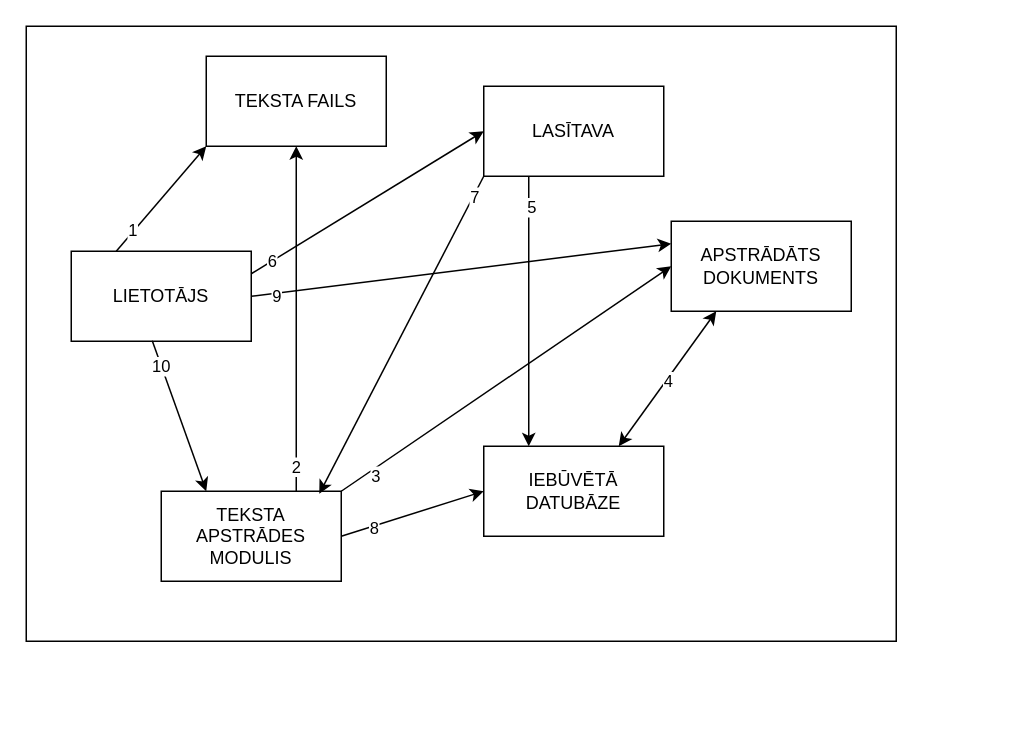
Earlier version of the draw.io diagram assets/readme-saites.drawio (robertpakalns/letonikabc). Source tidied: cells renumbered, new cells numbered last; positions are measured from the earlier drawing's top-left corner, leaving out a move shared by most shapes. Both pictures are drawn from the tidied source at 150%, with x=0, y=0 at pixel (26, 26).
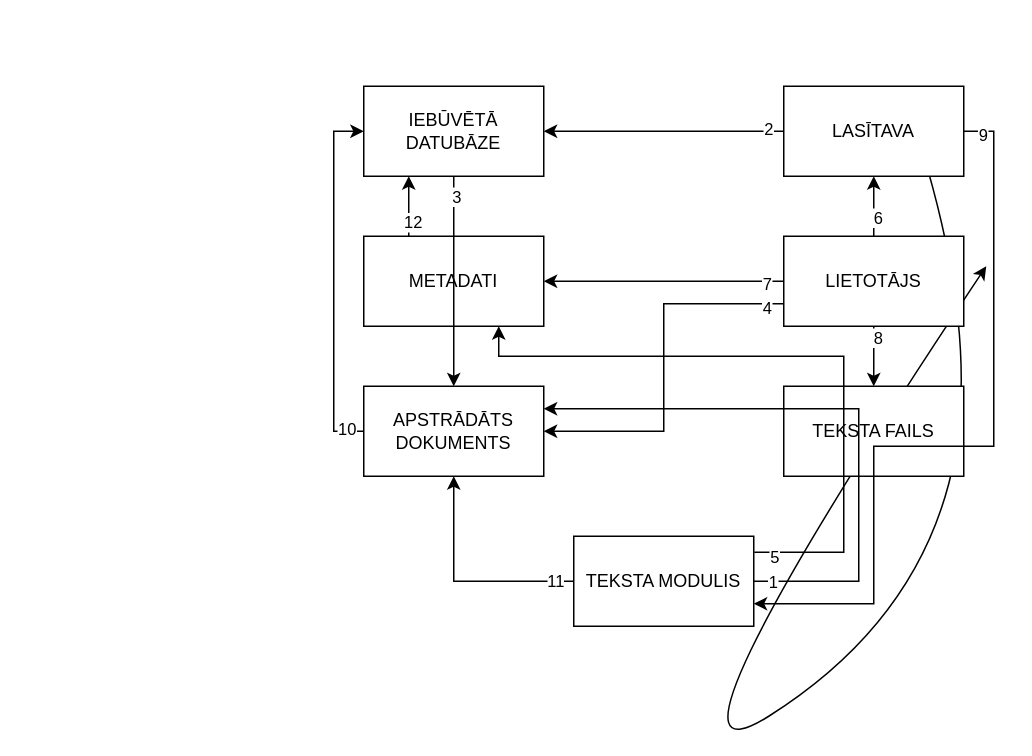
Above is the later version.

The edit, as a diff of the source:
```diff
@@
-    <mxCell id="2" style="rounded=0;whiteSpace=wrap;html=1;" parent="1" vertex="1">
-      <mxGeometry width="580" height="410" as="geometry" />
-    </mxCell>
-    <mxCell id="3" value="TEKSTA FAILS" style="rounded=0;whiteSpace=wrap;html=1;" parent="1" vertex="1">
-      <mxGeometry x="120" y="20" width="120" height="60" as="geometry" />
-    </mxCell>
-    <mxCell id="4" value="APSTRĀDĀTS DOKUMENTS" style="rounded=0;whiteSpace=wrap;html=1;" parent="1" vertex="1">
-      <mxGeometry x="430" y="130" width="120" height="60" as="geometry" />
-    </mxCell>
+    <mxCell id="29" style="curved=1;endArrow=classic;html=1;rounded=0;exitX=1;exitY=0.5;exitDx=0;exitDy=0;entryX=0.25;entryY=1;entryDx=0;entryDy=0;" parent="1" edge="1">
+      <mxGeometry relative="1" as="geometry">
+        <mxPoint x="590" y="60" as="sourcePoint" />
+        <mxPoint x="640" y="160" as="targetPoint" />
+        <Array as="points">
+          <mxPoint x="640" y="210" />
+          <mxPoint x="590" y="400" />
+          <mxPoint x="400" y="520" />
+        </Array>
+      </mxGeometry>
+    </mxCell>
     <mxCell id="5" value="IEBŪVĒTĀ DATUBĀZE" style="rounded=0;whiteSpace=wrap;html=1;" parent="1" vertex="1">
-      <mxGeometry x="305" y="280" width="120" height="60" as="geometry" />
+      <mxGeometry x="225" y="40" width="120" height="60" as="geometry" />
     </mxCell>
-    <mxCell id="6" value="TEKSTA APSTRĀDES MODULIS" style="rounded=0;whiteSpace=wrap;html=1;" parent="1" vertex="1">
-      <mxGeometry x="90" y="310" width="120" height="60" as="geometry" />
-    </mxCell>
-    <mxCell id="7" value="LIETOTĀJS" style="rounded=0;whiteSpace=wrap;html=1;" parent="1" vertex="1">
-      <mxGeometry x="30" y="150" width="120" height="60" as="geometry" />
-    </mxCell>
-    <mxCell id="8" style="endArrow=classic;html=1;rounded=0;exitX=0.25;exitY=0;exitDx=0;exitDy=0;entryX=0;entryY=1;entryDx=0;entryDy=0;" parent="1" edge="1" source="7" target="3">
-      <mxGeometry relative="1" as="geometry" />
-    </mxCell>
-    <mxCell id="9" value="1" style="edgeLabel;html=1;align=center;verticalAlign=middle;" parent="8" vertex="1">
-      <mxGeometry x="-0.61" y="1" relative="1" as="geometry" />
-    </mxCell>
-    <mxCell id="10" style="endArrow=classic;html=1;rounded=0;entryX=0.5;entryY=1;entryDx=0;entryDy=0;exitX=0.75;exitY=0;exitDx=0;exitDy=0;" parent="1" edge="1" source="6" target="3">
-      <mxGeometry relative="1" as="geometry" />
-    </mxCell>
-    <mxCell id="11" value="2" style="edgeLabel;html=1;align=center;verticalAlign=middle;" parent="10" vertex="1">
-      <mxGeometry x="-0.85" y="1" relative="1" as="geometry" />
-    </mxCell>
-    <mxCell id="12" style="endArrow=classic;html=1;rounded=0;exitX=1;exitY=0;exitDx=0;exitDy=0;entryX=0;entryY=0.5;entryDx=0;entryDy=0;" parent="1" edge="1" source="6" target="4">
-      <mxGeometry relative="1" as="geometry" />
-    </mxCell>
-    <mxCell id="13" value="3" style="edgeLabel;html=1;align=center;verticalAlign=middle;" parent="12" vertex="1">
-      <mxGeometry x="-0.82" y="-4" relative="1" as="geometry" />
-    </mxCell>
-    <mxCell id="14" style="endArrow=classic;startArrow=classic;html=1;rounded=0;entryX=0.25;entryY=1;entryDx=0;entryDy=0;exitX=0.75;exitY=0;exitDx=0;exitDy=0;" parent="1" edge="1" source="5" target="4">
-      <mxGeometry relative="1" as="geometry" />
-    </mxCell>
+    <mxCell id="30" style="edgeStyle=orthogonalEdgeStyle;rounded=0;jettySize=auto;html=1;exitX=0.25;exitY=0;exitDx=0;exitDy=0;entryX=0.25;entryY=1;entryDx=0;entryDy=0;" parent="1" edge="1" source="32" target="5">
+      <mxGeometry relative="1" as="geometry" />
+    </mxCell>
+    <mxCell id="31" value="12" style="edgeLabel;html=1;align=center;verticalAlign=middle;" parent="30" vertex="1">
+      <mxGeometry x="-0.5" y="-2" relative="1" as="geometry" />
+    </mxCell>
+    <mxCell id="32" value="METADATI" style="rounded=0;whiteSpace=wrap;html=1;" parent="1" vertex="1">
+      <mxGeometry x="225" y="140" width="120" height="60" as="geometry" />
+    </mxCell>
+    <mxCell id="33" style="edgeStyle=orthogonalEdgeStyle;rounded=0;jettySize=auto;html=1;exitX=0;exitY=0.5;exitDx=0;exitDy=0;entryX=1;entryY=0.5;entryDx=0;entryDy=0;" parent="1" edge="1" source="7" target="32">
+      <mxGeometry relative="1" as="geometry" />
+    </mxCell>
+    <mxCell id="22" value="7" style="edgeLabel;html=1;align=center;verticalAlign=middle;" parent="33" vertex="1">
+      <mxGeometry x="-0.85" y="1" relative="1" as="geometry" />
+    </mxCell>
+    <mxCell id="25" style="edgeStyle=orthogonalEdgeStyle;rounded=0;jettySize=auto;html=1;exitX=0;exitY=0.75;exitDx=0;exitDy=0;entryX=1;entryY=0.5;entryDx=0;entryDy=0;" parent="1" edge="1" source="7" target="4">
+      <mxGeometry relative="1" as="geometry">
+        <Array as="points">
+          <mxPoint x="425" y="185" />
+          <mxPoint x="425" y="270" />
+        </Array>
+      </mxGeometry>
+    </mxCell>
-    <mxCell id="15" value="4" style="edgeLabel;html=1;align=center;verticalAlign=middle;" parent="14" vertex="1">
-      <mxGeometry x="-0.02" y="-1" relative="1" as="geometry" />
+    <mxCell id="15" value="4" style="edgeLabel;html=1;align=center;verticalAlign=middle;" parent="25" vertex="1">
+      <mxGeometry x="-0.9" y="2" relative="1" as="geometry" />
     </mxCell>
-    <mxCell id="16" value="LASĪTAVA" style="rounded=0;whiteSpace=wrap;html=1;" parent="1" vertex="1">
-      <mxGeometry x="305" y="40" width="120" height="60" as="geometry" />
-    </mxCell>
-    <mxCell id="17" style="endArrow=classic;html=1;rounded=0;entryX=0;entryY=0.5;entryDx=0;entryDy=0;exitX=1;exitY=0.25;exitDx=0;exitDy=0;" parent="1" edge="1" source="7" target="16">
+    <mxCell id="17" style="edgeStyle=orthogonalEdgeStyle;rounded=0;jettySize=auto;html=1;exitX=0.5;exitY=0;exitDx=0;exitDy=0;entryX=0.5;entryY=1;entryDx=0;entryDy=0;" parent="1" edge="1" source="7" target="16">
       <mxGeometry relative="1" as="geometry" />
     </mxCell>
     <mxCell id="18" value="6" style="edgeLabel;html=1;align=center;verticalAlign=middle;" parent="17" vertex="1">
-      <mxGeometry x="-0.82" relative="1" as="geometry" />
+      <mxGeometry x="-0.37" y="-2" relative="1" as="geometry" />
     </mxCell>
+    <mxCell id="8" style="edgeStyle=orthogonalEdgeStyle;rounded=0;jettySize=auto;html=1;exitX=0.5;exitY=1;exitDx=0;exitDy=0;entryX=0.5;entryY=0;entryDx=0;entryDy=0;" parent="1" edge="1" source="7" target="3">
+      <mxGeometry relative="1" as="geometry" />
+    </mxCell>
+    <mxCell id="24" value="8" style="edgeLabel;html=1;align=center;verticalAlign=middle;" parent="8" vertex="1">
+      <mxGeometry x="-0.67" y="2" relative="1" as="geometry" />
+    </mxCell>
+    <mxCell id="7" value="LIETOTĀJS" style="rounded=0;whiteSpace=wrap;html=1;" parent="1" vertex="1">
+      <mxGeometry x="505" y="140" width="120" height="60" as="geometry" />
+    </mxCell>
-    <mxCell id="19" style="endArrow=classic;html=1;rounded=0;exitX=0.25;exitY=1;exitDx=0;exitDy=0;entryX=0.25;entryY=0;entryDx=0;entryDy=0;" parent="1" edge="1" source="16" target="5">
+    <mxCell id="19" style="edgeStyle=orthogonalEdgeStyle;rounded=0;jettySize=auto;html=1;exitX=0;exitY=0.5;exitDx=0;exitDy=0;entryX=1;entryY=0.5;entryDx=0;entryDy=0;" parent="1" edge="1" source="16" target="5">
       <mxGeometry relative="1" as="geometry" />
     </mxCell>
+    <mxCell id="11" value="2" style="edgeLabel;html=1;align=center;verticalAlign=middle;" parent="19" vertex="1">
+      <mxGeometry x="-0.86" y="-2" relative="1" as="geometry" />
+    </mxCell>
+    <mxCell id="16" value="LASĪTAVA" style="rounded=0;whiteSpace=wrap;html=1;" parent="1" vertex="1">
+      <mxGeometry x="505" y="40" width="120" height="60" as="geometry" />
+    </mxCell>
+    <mxCell id="3" value="TEKSTA FAILS" style="rounded=0;whiteSpace=wrap;html=1;" parent="1" vertex="1">
+      <mxGeometry x="505" y="240" width="120" height="60" as="geometry" />
+    </mxCell>
+    <mxCell id="34" style="edgeStyle=orthogonalEdgeStyle;rounded=0;jettySize=auto;html=1;exitX=0;exitY=0.5;exitDx=0;exitDy=0;entryX=0;entryY=0.5;entryDx=0;entryDy=0;" parent="1" edge="1" source="4" target="5">
+      <mxGeometry relative="1" as="geometry" />
+    </mxCell>
+    <mxCell id="28" value="10" style="edgeLabel;html=1;align=center;verticalAlign=middle;" parent="34" vertex="1">
+      <mxGeometry x="-0.9" y="-2" relative="1" as="geometry" />
+    </mxCell>
+    <mxCell id="4" value="APSTRĀDĀTS DOKUMENTS" style="rounded=0;whiteSpace=wrap;html=1;" parent="1" vertex="1">
+      <mxGeometry x="225" y="240" width="120" height="60" as="geometry" />
+    </mxCell>
+    <mxCell id="35" style="edgeStyle=orthogonalEdgeStyle;rounded=0;jettySize=auto;html=1;exitX=1;exitY=0.5;exitDx=0;exitDy=0;entryX=1;entryY=0.25;entryDx=0;entryDy=0;" parent="1" edge="1" source="39" target="4">
+      <mxGeometry relative="1" as="geometry">
+        <Array as="points">
+          <mxPoint x="555" y="370" />
+          <mxPoint x="555" y="255" />
+        </Array>
+      </mxGeometry>
+    </mxCell>
+    <mxCell id="9" value="1" style="edgeLabel;html=1;align=center;verticalAlign=middle;" parent="35" vertex="1">
+      <mxGeometry x="-0.94" relative="1" as="geometry" />
+    </mxCell>
+    <mxCell id="36" style="edgeStyle=orthogonalEdgeStyle;rounded=0;jettySize=auto;html=1;exitX=1.003;exitY=0.178;exitDx=0;exitDy=0;entryX=0.75;entryY=1;entryDx=0;entryDy=0;exitPerimeter=0;" parent="1" edge="1" source="39" target="32">
+      <mxGeometry relative="1" as="geometry">
+        <Array as="points">
+          <mxPoint x="545" y="351" />
+          <mxPoint x="545" y="220" />
+          <mxPoint x="315" y="220" />
+        </Array>
+      </mxGeometry>
+    </mxCell>
-    <mxCell id="20" value="5" style="edgeLabel;html=1;align=center;verticalAlign=middle;" parent="19" vertex="1">
-      <mxGeometry x="-0.78" y="1" relative="1" as="geometry" />
+    <mxCell id="20" value="5" style="edgeLabel;html=1;align=center;verticalAlign=middle;" parent="36" vertex="1">
+      <mxGeometry x="-0.94" y="-3" relative="1" as="geometry" />
     </mxCell>
-    <mxCell id="21" style="endArrow=classic;html=1;rounded=0;exitX=0;exitY=1;exitDx=0;exitDy=0;entryX=0.878;entryY=0.028;entryDx=0;entryDy=0;entryPerimeter=0;" parent="1" edge="1" source="16" target="6">
-      <mxGeometry relative="1" as="geometry" />
-    </mxCell>
-    <mxCell id="22" value="7" style="edgeLabel;html=1;align=center;verticalAlign=middle;" parent="21" vertex="1">
-      <mxGeometry x="-0.87" relative="1" as="geometry" />
-    </mxCell>
-    <mxCell id="23" style="endArrow=classic;html=1;rounded=0;exitX=1;exitY=0.5;exitDx=0;exitDy=0;entryX=0;entryY=0.5;entryDx=0;entryDy=0;" parent="1" edge="1" source="6" target="5">
-      <mxGeometry relative="1" as="geometry" />
-    </mxCell>
-    <mxCell id="24" value="8" style="edgeLabel;html=1;align=center;verticalAlign=middle;" parent="23" vertex="1">
-      <mxGeometry x="-0.56" y="-1" relative="1" as="geometry" />
-    </mxCell>
-    <mxCell id="25" style="endArrow=classic;html=1;rounded=0;exitX=1;exitY=0.5;exitDx=0;exitDy=0;entryX=0;entryY=0.25;entryDx=0;entryDy=0;" parent="1" edge="1" source="7" target="4">
-      <mxGeometry relative="1" as="geometry" />
-    </mxCell>
+    <mxCell id="37" style="edgeStyle=orthogonalEdgeStyle;rounded=0;jettySize=auto;html=1;exitX=0;exitY=0.5;exitDx=0;exitDy=0;entryX=0.5;entryY=1;entryDx=0;entryDy=0;" parent="1" edge="1" source="39" target="4">
+      <mxGeometry relative="1" as="geometry" />
+    </mxCell>
+    <mxCell id="38" value="11" style="edgeLabel;html=1;align=center;verticalAlign=middle;" parent="37" vertex="1">
+      <mxGeometry x="-0.83" y="-1" relative="1" as="geometry" />
+    </mxCell>
+    <mxCell id="39" value="TEKSTA MODULIS" style="rounded=0;whiteSpace=wrap;html=1;" parent="1" vertex="1">
+      <mxGeometry x="365" y="340" width="120" height="60" as="geometry" />
+    </mxCell>
+    <mxCell id="14" style="edgeStyle=orthogonalEdgeStyle;rounded=0;jettySize=auto;html=1;exitX=0.5;exitY=1;exitDx=0;exitDy=0;entryX=0.5;entryY=0;entryDx=0;entryDy=0;" parent="1" edge="1" source="5" target="4">
+      <mxGeometry relative="1" as="geometry" />
+    </mxCell>
+    <mxCell id="13" value="3" style="edgeLabel;html=1;align=center;verticalAlign=middle;" parent="14" vertex="1">
+      <mxGeometry x="-0.81" y="1" relative="1" as="geometry" />
+    </mxCell>
+    <mxCell id="40" style="edgeStyle=orthogonalEdgeStyle;rounded=0;jettySize=auto;html=1;exitX=1;exitY=0.5;exitDx=0;exitDy=0;entryX=1;entryY=0.75;entryDx=0;entryDy=0;" parent="1" edge="1" source="16" target="39">
+      <mxGeometry relative="1" as="geometry">
+        <Array as="points">
+          <mxPoint x="645" y="70" />
+          <mxPoint x="645" y="280" />
+          <mxPoint x="565" y="280" />
+          <mxPoint x="565" y="385" />
+        </Array>
+      </mxGeometry>
+    </mxCell>
-    <mxCell id="26" value="9" style="edgeLabel;html=1;align=center;verticalAlign=middle;" parent="25" vertex="1">
-      <mxGeometry x="-0.89" y="-1" relative="1" as="geometry" />
+    <mxCell id="26" value="9" style="edgeLabel;html=1;align=center;verticalAlign=middle;" parent="40" vertex="1">
+      <mxGeometry x="-0.95" y="-2" relative="1" as="geometry" />
     </mxCell>
-    <mxCell id="27" style="endArrow=classic;html=1;rounded=0;exitX=0.45;exitY=0.994;exitDx=0;exitDy=0;exitPerimeter=0;entryX=0.25;entryY=0;entryDx=0;entryDy=0;" parent="1" edge="1" source="7" target="6">
-      <mxGeometry relative="1" as="geometry" />
-    </mxCell>
-    <mxCell id="28" value="10" style="edgeLabel;html=1;align=center;verticalAlign=middle;" parent="27" vertex="1">
-      <mxGeometry x="-0.67" y="-1" relative="1" as="geometry" />
-    </mxCell>
```
